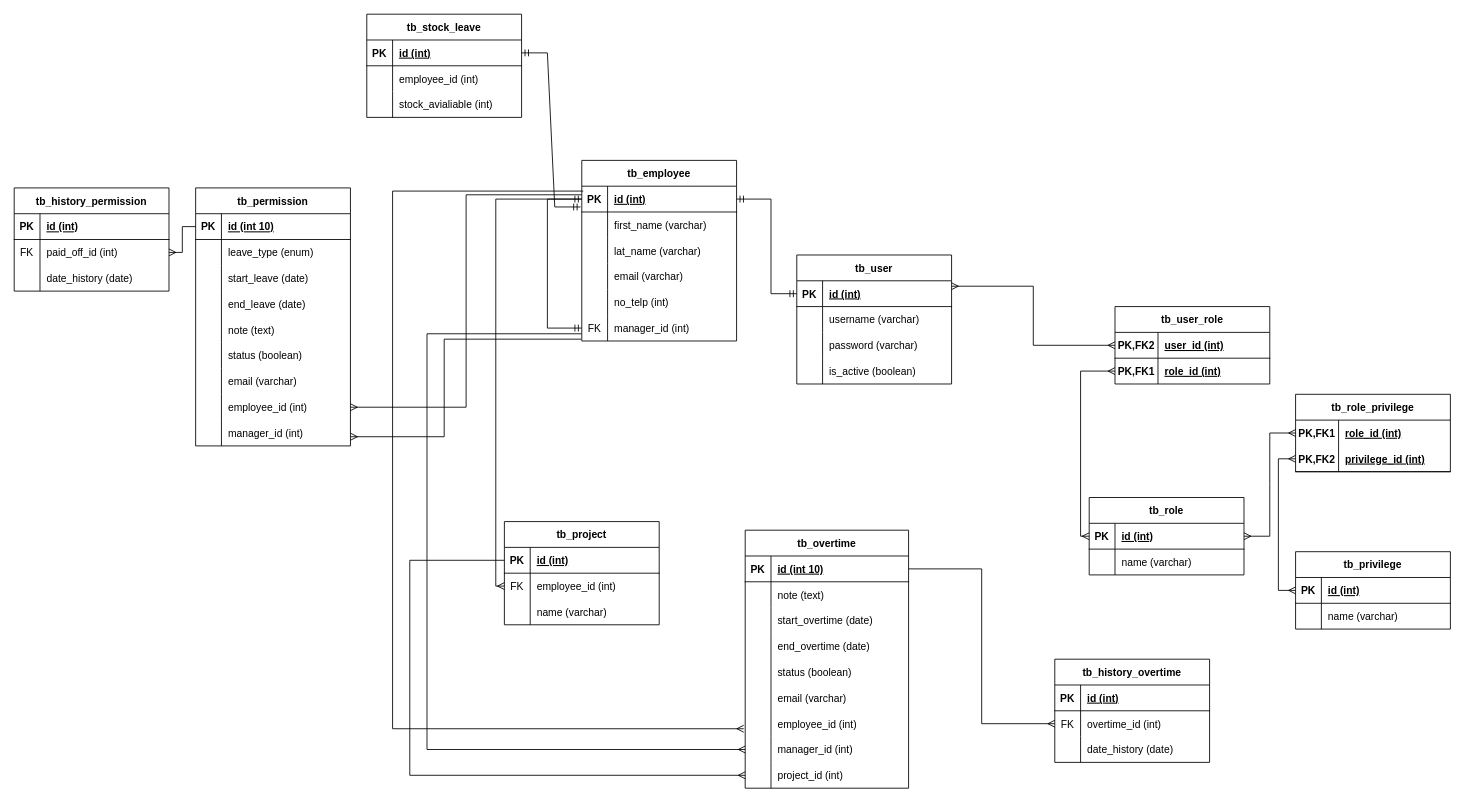
Earlier version of the draw.io diagram Final.drawio (zarmintaa/Skripsi). Source tidied: cells renumbered, new cells numbered last; positions are measured from the earlier drawing's top-left corner, leaving out a move shared by most shapes. Both pictures are drawn from the tidied source at 86%, with x=0, y=0 at pixel (14, 14).
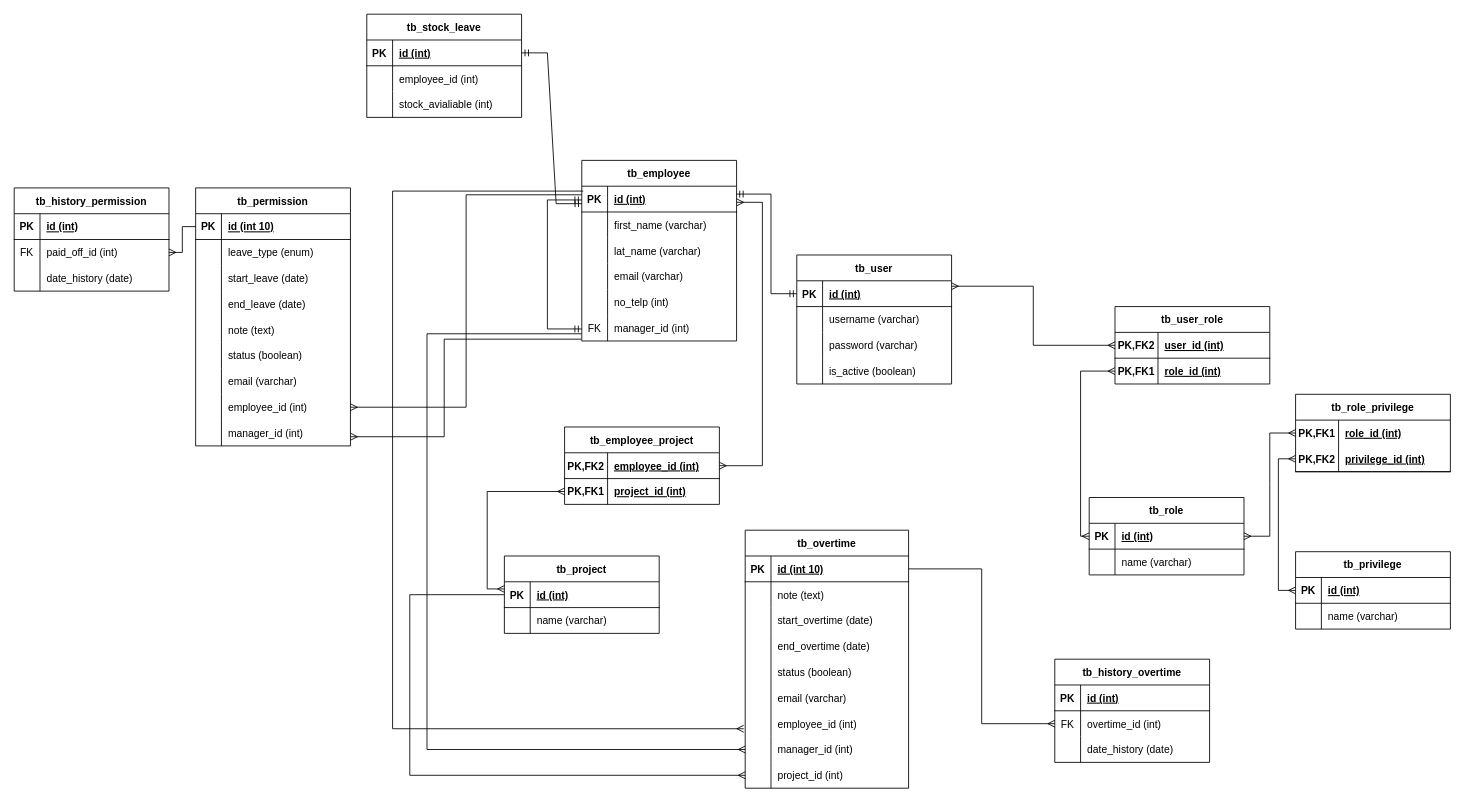
Above is the later version.

The change refers to these unchanged cells:
```xml
<mxCell id="3" style="shape=tableRow;horizontal=0;startSize=0;swimlaneHead=0;swimlaneBody=0;fillColor=none;points=[[0,0.5],[1,0.5]];portConstraint=eastwest;top=0;left=0;right=0;bottom=1;" parent="2" vertex="1">
  <mxGeometry y="30" width="180" height="30" as="geometry" />
</mxCell>
<mxCell id="29" value="tb_employee" style="shape=table;startSize=30;childLayout=tableLayout;rowLines=0;fontStyle=1;align=center;" parent="1" vertex="1">
  <mxGeometry x="660" y="170" width="180" height="210" as="geometry" />
</mxCell>
<mxCell id="30" style="shape=tableRow;horizontal=0;startSize=0;swimlaneHead=0;swimlaneBody=0;fillColor=none;points=[[0,0.5],[1,0.5]];portConstraint=eastwest;top=0;left=0;right=0;bottom=1;" parent="29" vertex="1">
  <mxGeometry y="30" width="180" height="30" as="geometry" />
</mxCell>
<mxCell id="45" style="shape=tableRow;horizontal=0;startSize=0;swimlaneHead=0;swimlaneBody=0;fillColor=none;points=[[0,0.5],[1,0.5]];portConstraint=eastwest;top=0;left=0;right=0;bottom=0;" parent="29" vertex="1">
  <mxGeometry y="180" width="180" height="30" as="geometry" />
</mxCell>
<mxCell id="151" style="shape=tableRow;horizontal=0;startSize=0;swimlaneHead=0;swimlaneBody=0;fillColor=none;points=[[0,0.5],[1,0.5]];portConstraint=eastwest;top=0;left=0;right=0;bottom=1;" parent="150" vertex="1">
  <mxGeometry y="30" width="180" height="30" as="geometry" />
</mxCell>
<mxCell id="162" style="shape=tableRow;horizontal=0;startSize=0;swimlaneHead=0;swimlaneBody=0;fillColor=none;points=[[0,0.5],[1,0.5]];portConstraint=eastwest;top=0;left=0;right=0;bottom=1;" parent="161" vertex="1">
  <mxGeometry y="30" width="180" height="30" as="geometry" />
</mxCell>
```

Diff of the diagram source:
```diff
@@
-    <mxCell id="48" style="edgeStyle=elbowEdgeStyle;fontSize=12;html=1;endArrow=ERmandOne;startArrow=ERmandOne;rounded=0;exitX=0;exitY=0.5;exitDx=0;exitDy=0;entryX=0;entryY=0.5;entryDx=0;entryDy=0;" parent="29" edge="1" source="30" target="45">
+    <mxCell id="48" style="edgeStyle=elbowEdgeStyle;fontSize=12;html=1;endArrow=ERmandOne;startArrow=ERmandOne;rounded=0;exitX=0;exitY=0.5;exitDx=0;exitDy=0;entryX=0;entryY=0.5;entryDx=0;entryDy=0;" parent="29" edge="1">
       <mxGeometry relative="1" as="geometry">
+        <mxPoint y="46" as="sourcePoint" />
+        <mxPoint y="196" as="targetPoint" />
         <Array as="points">
-          <mxPoint x="-40" y="110" />
+          <mxPoint x="-40" y="111" />
         </Array>
       </mxGeometry>
     </mxCell>
@@
-    <mxCell id="84" style="edgeStyle=elbowEdgeStyle;fontSize=12;html=1;endArrow=ERmandOne;startArrow=ERmandOne;rounded=0;exitX=0;exitY=0.5;exitDx=0;exitDy=0;entryX=1;entryY=0.5;entryDx=0;entryDy=0;" parent="1" edge="1" source="3" target="30">
+    <mxCell id="84" style="edgeStyle=elbowEdgeStyle;fontSize=12;html=1;endArrow=ERmandOne;startArrow=ERmandOne;rounded=0;exitX=0;exitY=0.5;exitDx=0;exitDy=0;entryX=0.998;entryY=0.306;entryDx=0;entryDy=0;entryPerimeter=0;" parent="1" edge="1" source="3" target="30">
       <mxGeometry relative="1" as="geometry">
         <Array as="points">
           <mxPoint x="880" y="300" />
           <mxPoint x="980" y="420" />
           <mxPoint x="920" y="470" />
         </Array>
       </mxGeometry>
     </mxCell>
@@
-    <mxCell id="160" style="edgeStyle=entityRelationEdgeStyle;fontSize=12;html=1;endArrow=ERmandOne;startArrow=ERmandOne;rounded=0;entryX=-0.008;entryY=0.805;entryDx=0;entryDy=0;exitX=1;exitY=0.5;exitDx=0;exitDy=0;entryPerimeter=0;" parent="1" edge="1" source="151" target="30">
+    <mxCell id="160" style="edgeStyle=entityRelationEdgeStyle;fontSize=12;html=1;endArrow=ERmandOne;startArrow=ERmandOne;rounded=0;entryX=0.001;entryY=0.678;entryDx=0;entryDy=0;exitX=1;exitY=0.5;exitDx=0;exitDy=0;entryPerimeter=0;" parent="1" edge="1" source="151" target="30">
       <mxGeometry relative="1" as="geometry" />
     </mxCell>
     <mxCell id="161" value="tb_project" style="shape=table;startSize=30;childLayout=tableLayout;rowLines=0;fontStyle=1;align=center;" parent="1" vertex="1">
-      <mxGeometry x="570" y="590" width="180" height="120" as="geometry" />
+      <mxGeometry x="570" y="630" width="180" height="90" as="geometry" />
     </mxCell>
@@
-    <mxCell id="165" style="shape=tableRow;horizontal=0;startSize=0;swimlaneHead=0;swimlaneBody=0;fillColor=none;points=[[0,0.5],[1,0.5]];portConstraint=eastwest;top=0;left=0;right=0;bottom=0;" parent="161" vertex="1">
-      <mxGeometry y="60" width="180" height="30" as="geometry" />
-    </mxCell>
-    <mxCell id="166" value="FK" style="shape=partialRectangle;fillColor=none;top=0;left=0;bottom=0;right=0;overflow=hidden;" parent="165" vertex="1">
-      <mxGeometry width="30" height="30" as="geometry" />
-    </mxCell>
-    <mxCell id="167" value="employee_id (int)" style="shape=partialRectangle;fillColor=none;top=0;left=0;bottom=0;right=0;align=left;spacingLeft=6;overflow=hidden;" parent="165" vertex="1">
-      <mxGeometry x="30" width="150" height="30" as="geometry" />
-    </mxCell>
     <mxCell id="168" style="shape=tableRow;horizontal=0;startSize=0;swimlaneHead=0;swimlaneBody=0;fillColor=none;top=0;left=0;right=0;bottom=0;" parent="161" vertex="1">
-      <mxGeometry y="90" width="180" height="30" as="geometry" />
+      <mxGeometry y="60" width="180" height="30" as="geometry" />
     </mxCell>
@@
-    <mxCell id="171" style="edgeStyle=orthogonalEdgeStyle;fontSize=12;html=1;endArrow=ERmany;rounded=0;exitX=0;exitY=0.5;exitDx=0;exitDy=0;entryX=0;entryY=0.5;entryDx=0;entryDy=0;" parent="1" edge="1" source="30" target="165">
-      <mxGeometry relative="1" as="geometry" />
-    </mxCell>
@@
+    <mxCell id="173" value="tb_employee_project" style="shape=table;startSize=30;childLayout=tableLayout;rowLines=0;fontStyle=1;align=center;" parent="1" vertex="1">
+      <mxGeometry x="640" y="480" width="180" height="90" as="geometry" />
+    </mxCell>
+    <mxCell id="174" style="shape=tableRow;horizontal=0;startSize=0;swimlaneHead=0;swimlaneBody=0;fillColor=none;points=[[0,0.5],[1,0.5]];portConstraint=eastwest;top=0;left=0;right=0;bottom=1;" parent="173" vertex="1">
+      <mxGeometry y="30" width="180" height="30" as="geometry" />
+    </mxCell>
+    <mxCell id="175" value="PK,FK2" style="shape=partialRectangle;fillColor=none;top=0;left=0;bottom=0;right=0;fontStyle=1;overflow=hidden;" parent="174" vertex="1">
+      <mxGeometry width="50" height="30" as="geometry" />
+    </mxCell>
+    <mxCell id="167" value="employee_id (int)" style="shape=partialRectangle;fillColor=none;top=0;left=0;bottom=0;right=0;align=left;spacingLeft=6;fontStyle=5;overflow=hidden;" parent="174" vertex="1">
+      <mxGeometry x="50" width="130" height="30" as="geometry" />
+    </mxCell>
+    <mxCell id="165" style="shape=tableRow;horizontal=0;startSize=0;swimlaneHead=0;swimlaneBody=0;fillColor=none;points=[[0,0.5],[1,0.5]];portConstraint=eastwest;top=0;left=0;right=0;bottom=0;" parent="173" vertex="1">
+      <mxGeometry y="60" width="180" height="30" as="geometry" />
+    </mxCell>
+    <mxCell id="176" value="PK,FK1" style="shape=partialRectangle;fillColor=none;top=0;left=0;bottom=0;right=0;fontStyle=1;overflow=hidden;" parent="165" vertex="1">
+      <mxGeometry width="50" height="30" as="geometry" />
+    </mxCell>
+    <mxCell id="177" value="project_id (int)" style="shape=partialRectangle;fillColor=none;top=0;left=0;bottom=0;right=0;align=left;spacingLeft=6;fontStyle=5;overflow=hidden;" parent="165" vertex="1">
+      <mxGeometry x="50" width="130" height="30" as="geometry" />
+    </mxCell>
+    <mxCell id="178" style="edgeStyle=elbowEdgeStyle;fontSize=12;html=1;endArrow=ERmany;startArrow=ERmany;rounded=0;entryX=1;entryY=0.5;entryDx=0;entryDy=0;exitX=1.001;exitY=0.625;exitDx=0;exitDy=0;exitPerimeter=0;" parent="1" edge="1" source="30" target="174">
+      <mxGeometry relative="1" as="geometry">
+        <Array as="points">
+          <mxPoint x="870" y="370" />
+        </Array>
+      </mxGeometry>
+    </mxCell>
+    <mxCell id="179" style="edgeStyle=elbowEdgeStyle;fontSize=12;html=1;endArrow=ERmany;startArrow=ERmany;rounded=0;entryX=0;entryY=0.5;entryDx=0;entryDy=0;exitX=0.001;exitY=0.277;exitDx=0;exitDy=0;exitPerimeter=0;" parent="1" edge="1" source="162" target="165">
+      <mxGeometry relative="1" as="geometry">
+        <Array as="points">
+          <mxPoint x="550" y="523" />
+        </Array>
+      </mxGeometry>
+    </mxCell>
```
